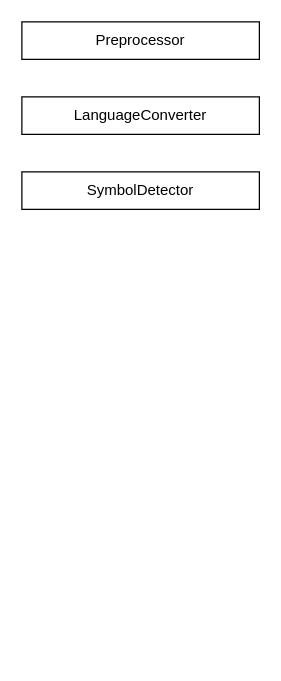
Before: Untitled Diagram.drawio in nocentxx/plotutils, a draw.io diagram. Source tidied: cells renumbered, new cells numbered last; positions are measured from the earlier drawing's top-left corner, leaving out a move shared by most shapes. Both pictures are drawn from the tidied source at 125%, with x=0, y=0 at pixel (21, 21).
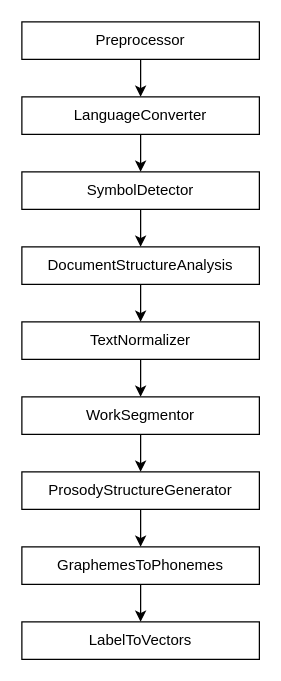
The same diagram, later.

Commit message (it also covers changes not shown here):
TTS_Preprocess

Change to the diagram source:
```diff
@@
 <mxGraphModel>
   <root>
     <mxCell id="0" />
     <mxCell id="1" parent="0" />
+    <mxCell id="5" style="edgeStyle=orthogonalEdgeStyle;rounded=0;jettySize=auto;html=1;exitX=0.5;exitY=1;exitDx=0;exitDy=0;entryX=0.5;entryY=0;entryDx=0;entryDy=0;" parent="1" edge="1" source="2" target="3">
+      <mxGeometry relative="1" as="geometry" />
+    </mxCell>
     <mxCell id="2" value="Preprocessor" style="rounded=0;whiteSpace=wrap;html=1;" parent="1" vertex="1">
       <mxGeometry width="190" height="30" as="geometry" />
     </mxCell>
+    <mxCell id="6" style="edgeStyle=orthogonalEdgeStyle;rounded=0;jettySize=auto;html=1;exitX=0.5;exitY=1;exitDx=0;exitDy=0;entryX=0.5;entryY=0;entryDx=0;entryDy=0;" parent="1" edge="1" source="3" target="4">
+      <mxGeometry relative="1" as="geometry" />
+    </mxCell>
     <mxCell id="3" value="LanguageConverter" style="rounded=0;whiteSpace=wrap;html=1;" parent="1" vertex="1">
       <mxGeometry y="60" width="190" height="30" as="geometry" />
     </mxCell>
+    <mxCell id="7" style="edgeStyle=orthogonalEdgeStyle;rounded=0;jettySize=auto;html=1;exitX=0.5;exitY=1;exitDx=0;exitDy=0;entryX=0.5;entryY=0;entryDx=0;entryDy=0;" parent="1" edge="1" source="4" target="9">
+      <mxGeometry relative="1" as="geometry" />
+    </mxCell>
     <mxCell id="4" value="SymbolDetector" style="rounded=0;whiteSpace=wrap;html=1;" parent="1" vertex="1">
       <mxGeometry y="120" width="190" height="30" as="geometry" />
     </mxCell>
+    <mxCell id="8" style="edgeStyle=orthogonalEdgeStyle;rounded=0;jettySize=auto;html=1;exitX=0.5;exitY=1;exitDx=0;exitDy=0;entryX=0.5;entryY=0;entryDx=0;entryDy=0;" parent="1" edge="1" source="9" target="11">
+      <mxGeometry relative="1" as="geometry" />
+    </mxCell>
+    <mxCell id="9" value="DocumentStructureAnalysis" style="rounded=0;whiteSpace=wrap;html=1;" parent="1" vertex="1">
+      <mxGeometry y="180" width="190" height="30" as="geometry" />
+    </mxCell>
+    <mxCell id="10" style="edgeStyle=orthogonalEdgeStyle;rounded=0;jettySize=auto;html=1;exitX=0.5;exitY=1;exitDx=0;exitDy=0;entryX=0.5;entryY=0;entryDx=0;entryDy=0;" parent="1" edge="1" source="11" target="13">
+      <mxGeometry relative="1" as="geometry" />
+    </mxCell>
+    <mxCell id="11" value="TextNormalizer" style="rounded=0;whiteSpace=wrap;html=1;" parent="1" vertex="1">
+      <mxGeometry y="240" width="190" height="30" as="geometry" />
+    </mxCell>
+    <mxCell id="12" style="edgeStyle=orthogonalEdgeStyle;rounded=0;jettySize=auto;html=1;exitX=0.5;exitY=1;exitDx=0;exitDy=0;entryX=0.5;entryY=0;entryDx=0;entryDy=0;" parent="1" edge="1" source="13" target="15">
+      <mxGeometry relative="1" as="geometry" />
+    </mxCell>
+    <mxCell id="13" value="WorkSegmentor" style="rounded=0;whiteSpace=wrap;html=1;" parent="1" vertex="1">
+      <mxGeometry y="300" width="190" height="30" as="geometry" />
+    </mxCell>
+    <mxCell id="14" style="edgeStyle=orthogonalEdgeStyle;rounded=0;jettySize=auto;html=1;exitX=0.5;exitY=1;exitDx=0;exitDy=0;entryX=0.5;entryY=0;entryDx=0;entryDy=0;" parent="1" edge="1" source="15" target="17">
+      <mxGeometry relative="1" as="geometry" />
+    </mxCell>
+    <mxCell id="15" value="ProsodyStructureGenerator" style="rounded=0;whiteSpace=wrap;html=1;" parent="1" vertex="1">
+      <mxGeometry y="360" width="190" height="30" as="geometry" />
+    </mxCell>
+    <mxCell id="16" style="edgeStyle=orthogonalEdgeStyle;rounded=0;jettySize=auto;html=1;exitX=0.5;exitY=1;exitDx=0;exitDy=0;entryX=0.5;entryY=0;entryDx=0;entryDy=0;" parent="1" edge="1" source="17" target="18">
+      <mxGeometry relative="1" as="geometry" />
+    </mxCell>
+    <mxCell id="17" value="GraphemesToPhonemes" style="rounded=0;whiteSpace=wrap;html=1;" parent="1" vertex="1">
+      <mxGeometry y="420" width="190" height="30" as="geometry" />
+    </mxCell>
+    <mxCell id="18" value="LabelToVectors" style="rounded=0;whiteSpace=wrap;html=1;" parent="1" vertex="1">
+      <mxGeometry y="480" width="190" height="30" as="geometry" />
+    </mxCell>
   </root>
 </mxGraphModel>
```
